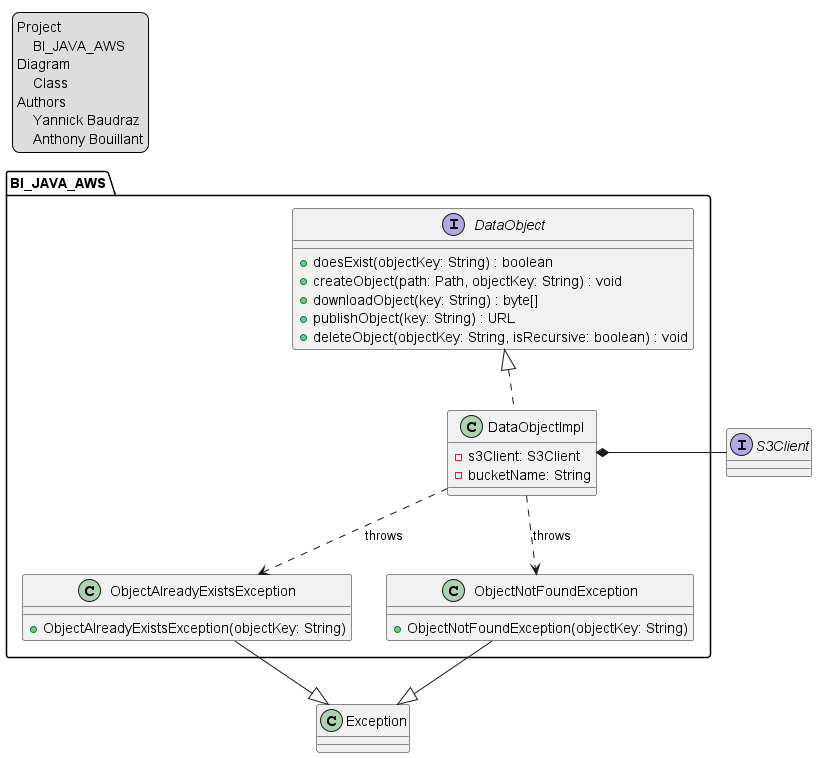
Before: doc/classes/class_diagram.png, a diagram exported from PlantUML (CPNV-ES-BI/BI_JAVA_AWS).
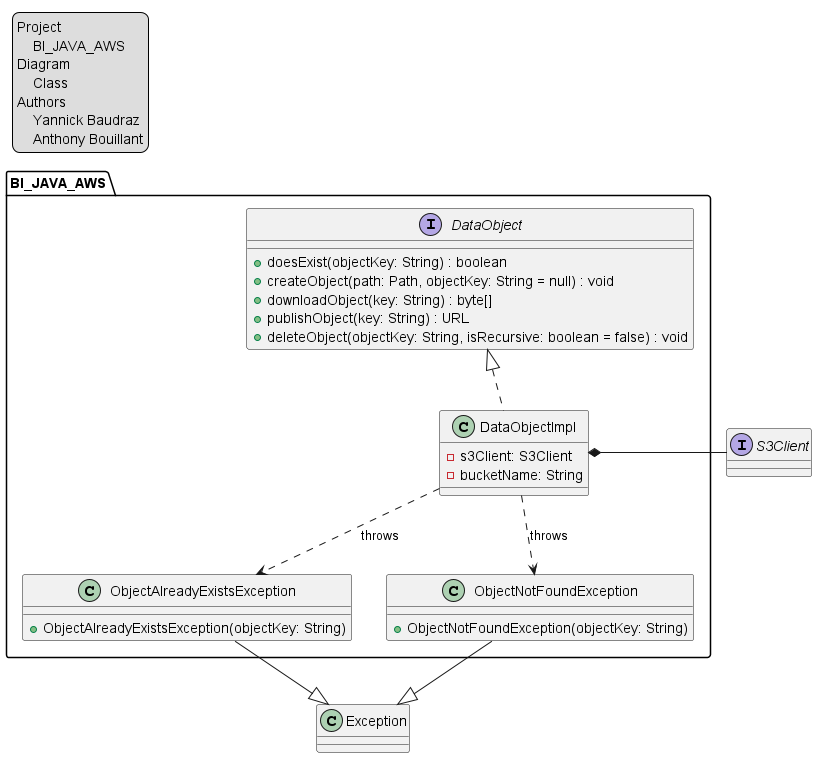
The same file after the commit.

Commit message:
Update optional parameters in class diagrams

What changed in the source:
```diff
@@ -13,10 +13,10 @@
 package BI_JAVA_AWS {
     interface DataObject {
         + doesExist(objectKey: String) : boolean
-        + createObject(path: Path, objectKey: String) : void
+        + createObject(path: Path, objectKey: String = null) : void
         + downloadObject(key: String) : byte[]
         + publishObject(key: String) : URL
-        + deleteObject(objectKey: String, isRecursive: boolean) : void
+        + deleteObject(objectKey: String, isRecursive: boolean = false) : void
     }
 
     class DataObjectImpl {
```
